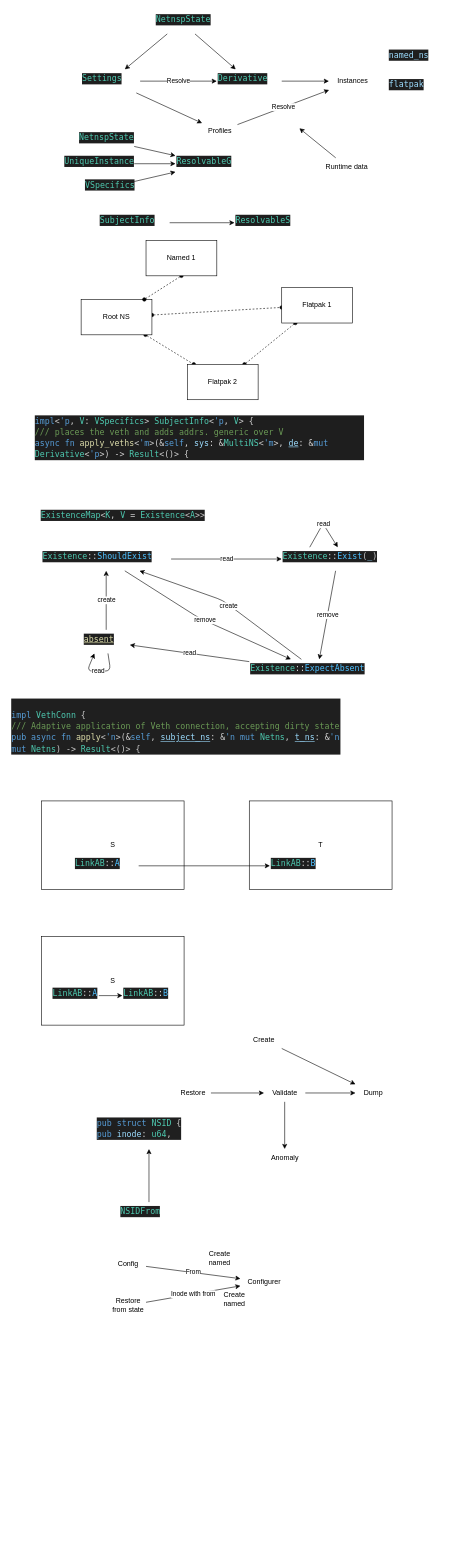
Before: notes/g.drawio in planetoryd/netns-proxy, a draw.io diagram. Source tidied: cells renumbered, new cells numbered last; positions are measured from the earlier drawing's top-left corner, leaving out a move shared by most shapes. Both pictures are drawn from the tidied source at 59%, with x=0, y=0 at pixel (10, 10).
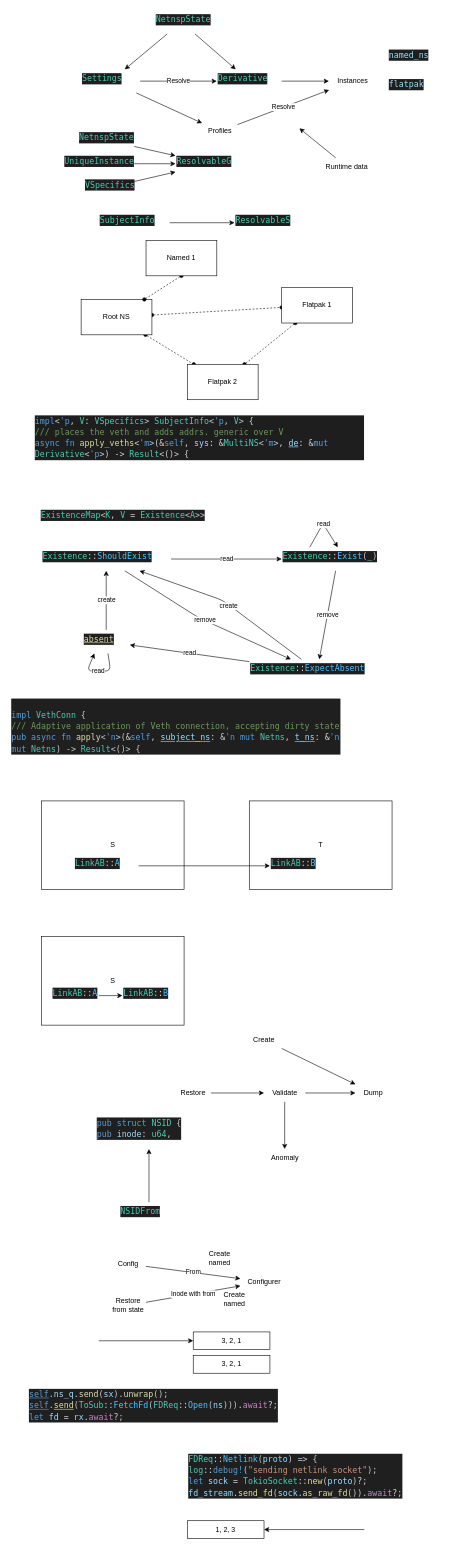
The same page after the edit.

The edit, as a diff of the source:
```diff
@@
+    <mxCell id="78" value="&lt;div style=&quot;color: rgb(204, 204, 204); background-color: rgb(31, 31, 31); font-family: &amp;quot;Droid Sans Mono&amp;quot;, &amp;quot;monospace&amp;quot;, monospace; font-weight: normal; font-size: 14px; line-height: 19px;&quot;&gt;&lt;div&gt;&lt;span style=&quot;color: #cccccc;&quot;&gt;        &lt;/span&gt;&lt;span style=&quot;color: #569cd6;text-decoration: underline;&quot;&gt;self&lt;/span&gt;&lt;span style=&quot;color: #d4d4d4;&quot;&gt;.&lt;/span&gt;&lt;span style=&quot;color: #9cdcfe;&quot;&gt;ns_q&lt;/span&gt;&lt;span style=&quot;color: #d4d4d4;&quot;&gt;.&lt;/span&gt;&lt;span style=&quot;color: #dcdcaa;&quot;&gt;send&lt;/span&gt;&lt;span style=&quot;color: #cccccc;&quot;&gt;(&lt;/span&gt;&lt;span style=&quot;color: #9cdcfe;&quot;&gt;sx&lt;/span&gt;&lt;span style=&quot;color: #cccccc;&quot;&gt;)&lt;/span&gt;&lt;span style=&quot;color: #d4d4d4;&quot;&gt;.&lt;/span&gt;&lt;span style=&quot;color: #dcdcaa;&quot;&gt;unwrap&lt;/span&gt;&lt;span style=&quot;color: #cccccc;&quot;&gt;(); &lt;/span&gt;&lt;/div&gt;&lt;div&gt;&lt;span style=&quot;color: #cccccc;&quot;&gt;        &lt;/span&gt;&lt;span style=&quot;color: #569cd6;text-decoration: underline;&quot;&gt;self&lt;/span&gt;&lt;span style=&quot;color: #d4d4d4;&quot;&gt;.&lt;/span&gt;&lt;span style=&quot;color: #dcdcaa;text-decoration: underline;&quot;&gt;send&lt;/span&gt;&lt;span style=&quot;color: #cccccc;&quot;&gt;(&lt;/span&gt;&lt;span style=&quot;color: #4ec9b0;&quot;&gt;ToSub&lt;/span&gt;&lt;span style=&quot;color: #d4d4d4;&quot;&gt;::&lt;/span&gt;&lt;span style=&quot;color: #4fc1ff;&quot;&gt;FetchFd&lt;/span&gt;&lt;span style=&quot;color: #cccccc;&quot;&gt;(&lt;/span&gt;&lt;span style=&quot;color: #4ec9b0;&quot;&gt;FDReq&lt;/span&gt;&lt;span style=&quot;color: #d4d4d4;&quot;&gt;::&lt;/span&gt;&lt;span style=&quot;color: #4fc1ff;&quot;&gt;Open&lt;/span&gt;&lt;span style=&quot;color: #cccccc;&quot;&gt;(&lt;/span&gt;&lt;span style=&quot;color: #9cdcfe;&quot;&gt;ns&lt;/span&gt;&lt;span style=&quot;color: #cccccc;&quot;&gt;)))&lt;/span&gt;&lt;span style=&quot;color: #d4d4d4;&quot;&gt;.&lt;/span&gt;&lt;span style=&quot;color: #c586c0;&quot;&gt;await&lt;/span&gt;&lt;span style=&quot;color: #d4d4d4;&quot;&gt;?&lt;/span&gt;&lt;span style=&quot;color: #cccccc;&quot;&gt;;&lt;/span&gt;&lt;/div&gt;&lt;div&gt;&lt;span style=&quot;color: #cccccc;&quot;&gt;        &lt;/span&gt;&lt;span style=&quot;color: #569cd6;&quot;&gt;let&lt;/span&gt;&lt;span style=&quot;color: #cccccc;&quot;&gt; &lt;/span&gt;&lt;span style=&quot;color: #9cdcfe;&quot;&gt;fd&lt;/span&gt;&lt;span style=&quot;color: #cccccc;&quot;&gt; &lt;/span&gt;&lt;span style=&quot;color: #d4d4d4;&quot;&gt;=&lt;/span&gt;&lt;span style=&quot;color: #cccccc;&quot;&gt; &lt;/span&gt;&lt;span style=&quot;color: #9cdcfe;&quot;&gt;rx&lt;/span&gt;&lt;span style=&quot;color: #d4d4d4;&quot;&gt;.&lt;/span&gt;&lt;span style=&quot;color: #c586c0;&quot;&gt;await&lt;/span&gt;&lt;span style=&quot;color: #d4d4d4;&quot;&gt;?&lt;/span&gt;&lt;span style=&quot;color: #cccccc;&quot;&gt;;&lt;/span&gt;&lt;/div&gt;&lt;/div&gt;" style="text;whiteSpace=wrap;html=1;" parent="1" vertex="1">
+      <mxGeometry x="30" y="2330" width="450" height="80" as="geometry" />
+    </mxCell>
+    <mxCell id="79" value="&lt;div style=&quot;color: rgb(204, 204, 204); background-color: rgb(31, 31, 31); font-family: &amp;quot;Droid Sans Mono&amp;quot;, &amp;quot;monospace&amp;quot;, monospace; font-weight: normal; font-size: 14px; line-height: 19px;&quot;&gt;&lt;div&gt;&lt;span style=&quot;color: #cccccc;&quot;&gt;  &lt;/span&gt;&lt;span style=&quot;color: #4ec9b0;&quot;&gt;FDReq&lt;/span&gt;&lt;span style=&quot;color: #d4d4d4;&quot;&gt;::&lt;/span&gt;&lt;span style=&quot;color: #4fc1ff;&quot;&gt;Netlink&lt;/span&gt;&lt;span style=&quot;color: #cccccc;&quot;&gt;(&lt;/span&gt;&lt;span style=&quot;color: #9cdcfe;&quot;&gt;proto&lt;/span&gt;&lt;span style=&quot;color: #cccccc;&quot;&gt;) &lt;/span&gt;&lt;span style=&quot;color: #d4d4d4;&quot;&gt;=&amp;gt;&lt;/span&gt;&lt;span style=&quot;color: #cccccc;&quot;&gt; {&lt;/span&gt;&lt;/div&gt;&lt;div&gt;&lt;span style=&quot;color: #cccccc;&quot;&gt;                                &lt;/span&gt;&lt;span style=&quot;color: #4ec9b0;&quot;&gt;log&lt;/span&gt;&lt;span style=&quot;color: #d4d4d4;&quot;&gt;::&lt;/span&gt;&lt;span style=&quot;color: #569cd6;&quot;&gt;debug&lt;/span&gt;&lt;span style=&quot;color: #569cd6;&quot;&gt;!&lt;/span&gt;&lt;span style=&quot;color: #cccccc;&quot;&gt;(&lt;/span&gt;&lt;span style=&quot;color: #ce9178;&quot;&gt;&quot;sending netlink socket&quot;&lt;/span&gt;&lt;span style=&quot;color: #cccccc;&quot;&gt;);&lt;/span&gt;&lt;/div&gt;&lt;div&gt;&lt;span style=&quot;color: #cccccc;&quot;&gt;                                &lt;/span&gt;&lt;span style=&quot;color: #569cd6;&quot;&gt;let&lt;/span&gt;&lt;span style=&quot;color: #cccccc;&quot;&gt; &lt;/span&gt;&lt;span style=&quot;color: #9cdcfe;&quot;&gt;sock&lt;/span&gt;&lt;span style=&quot;color: #cccccc;&quot;&gt; &lt;/span&gt;&lt;span style=&quot;color: #d4d4d4;&quot;&gt;=&lt;/span&gt;&lt;span style=&quot;color: #cccccc;&quot;&gt; &lt;/span&gt;&lt;span style=&quot;color: #4ec9b0;&quot;&gt;TokioSocket&lt;/span&gt;&lt;span style=&quot;color: #d4d4d4;&quot;&gt;::&lt;/span&gt;&lt;span style=&quot;color: #dcdcaa;&quot;&gt;new&lt;/span&gt;&lt;span style=&quot;color: #cccccc;&quot;&gt;(&lt;/span&gt;&lt;span style=&quot;color: #9cdcfe;&quot;&gt;proto&lt;/span&gt;&lt;span style=&quot;color: #cccccc;&quot;&gt;)&lt;/span&gt;&lt;span style=&quot;color: #d4d4d4;&quot;&gt;?&lt;/span&gt;&lt;span style=&quot;color: #cccccc;&quot;&gt;;&lt;/span&gt;&lt;/div&gt;&lt;div&gt;&lt;span style=&quot;color: #cccccc;&quot;&gt;                                &lt;/span&gt;&lt;span style=&quot;color: #9cdcfe;&quot;&gt;fd_stream&lt;/span&gt;&lt;span style=&quot;color: #d4d4d4;&quot;&gt;.&lt;/span&gt;&lt;span style=&quot;color: #dcdcaa;&quot;&gt;send_fd&lt;/span&gt;&lt;span style=&quot;color: #cccccc;&quot;&gt;(&lt;/span&gt;&lt;span style=&quot;color: #9cdcfe;&quot;&gt;sock&lt;/span&gt;&lt;span style=&quot;color: #d4d4d4;&quot;&gt;.&lt;/span&gt;&lt;span style=&quot;color: #dcdcaa;&quot;&gt;as_raw_fd&lt;/span&gt;&lt;span style=&quot;color: #cccccc;&quot;&gt;())&lt;/span&gt;&lt;span style=&quot;color: #d4d4d4;&quot;&gt;.&lt;/span&gt;&lt;span style=&quot;color: #c586c0;&quot;&gt;await&lt;/span&gt;&lt;span style=&quot;color: #d4d4d4;&quot;&gt;?&lt;/span&gt;&lt;span style=&quot;color: #cccccc;&quot;&gt;;&lt;/span&gt;&lt;/div&gt;&lt;/div&gt;" style="text;whiteSpace=wrap;html=1;" parent="1" vertex="1">
+      <mxGeometry x="300" y="2440" width="390" height="100" as="geometry" />
+    </mxCell>
+    <mxCell id="80" value="3, 2, 1" style="rounded=0;whiteSpace=wrap;html=1;" parent="1" vertex="1">
+      <mxGeometry x="310" y="2240" width="130" height="30" as="geometry" />
+    </mxCell>
+    <mxCell id="81" value="3, 2, 1" style="rounded=0;whiteSpace=wrap;html=1;" parent="1" vertex="1">
+      <mxGeometry x="310" y="2280" width="130" height="30" as="geometry" />
+    </mxCell>
+    <mxCell id="82" style="endArrow=classic;html=1;entryX=0;entryY=0.5;entryDx=0;entryDy=0;" parent="1" edge="1" target="80">
+      <mxGeometry relative="1" as="geometry">
+        <mxPoint x="150" y="2255" as="sourcePoint" />
+      </mxGeometry>
+    </mxCell>
+    <mxCell id="83" value="1, 2, 3" style="rounded=0;whiteSpace=wrap;html=1;" parent="1" vertex="1">
+      <mxGeometry x="300" y="2560" width="130" height="30" as="geometry" />
+    </mxCell>
+    <mxCell id="84" style="endArrow=classic;html=1;entryX=1;entryY=0.5;entryDx=0;entryDy=0;" parent="1" edge="1" target="83">
+      <mxGeometry relative="1" as="geometry">
+        <mxPoint x="600" y="2575" as="sourcePoint" />
+      </mxGeometry>
+    </mxCell>
```
